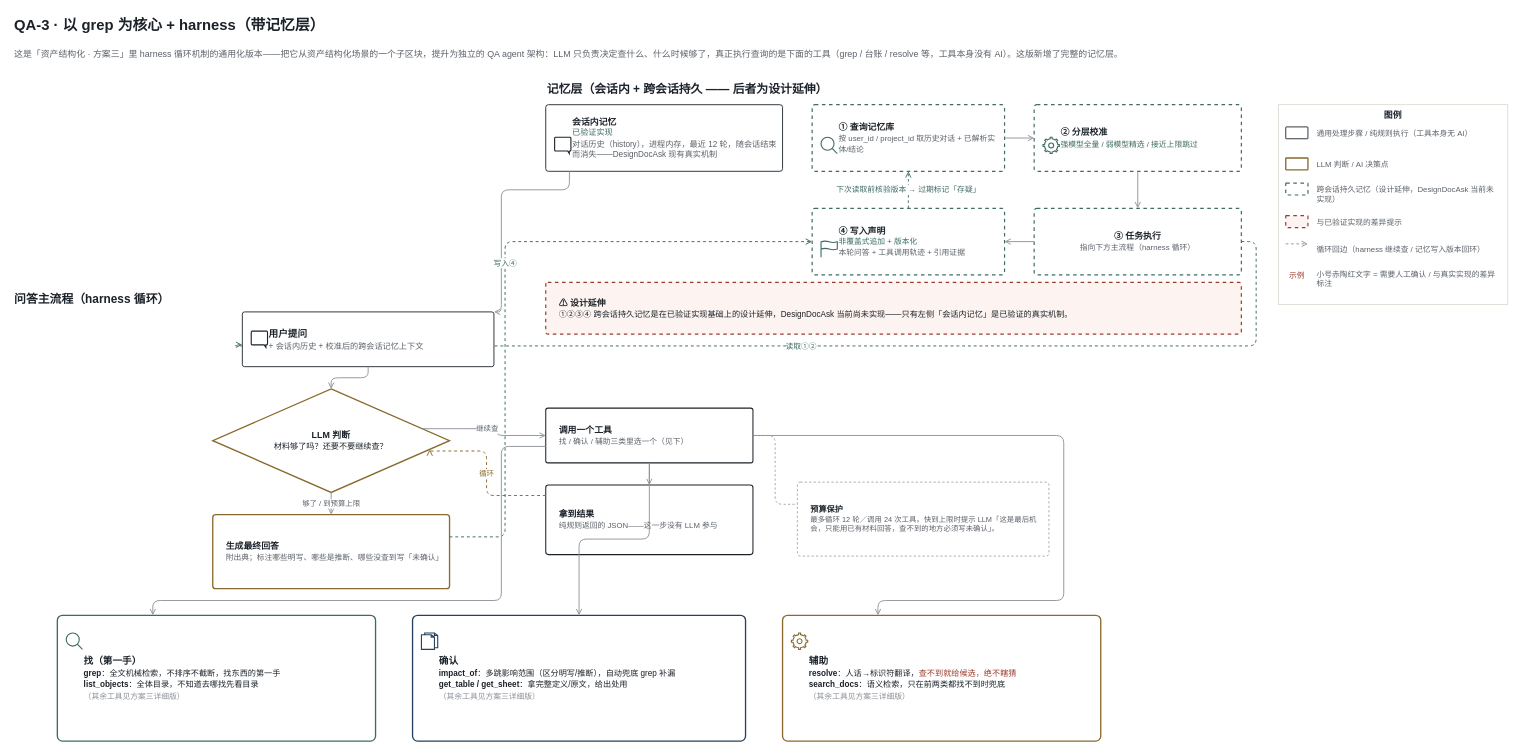
Before: docs/public/diagrams/qa-03-grep-harness.drawio in tiand23/AICompass, a draw.io diagram. Source tidied: cells renumbered, new cells numbered last; positions are measured from the earlier drawing's top-left corner, leaving out a move shared by most shapes. Both pictures are drawn from the tidied source at 74%, with x=0, y=0 at pixel (13, 13).
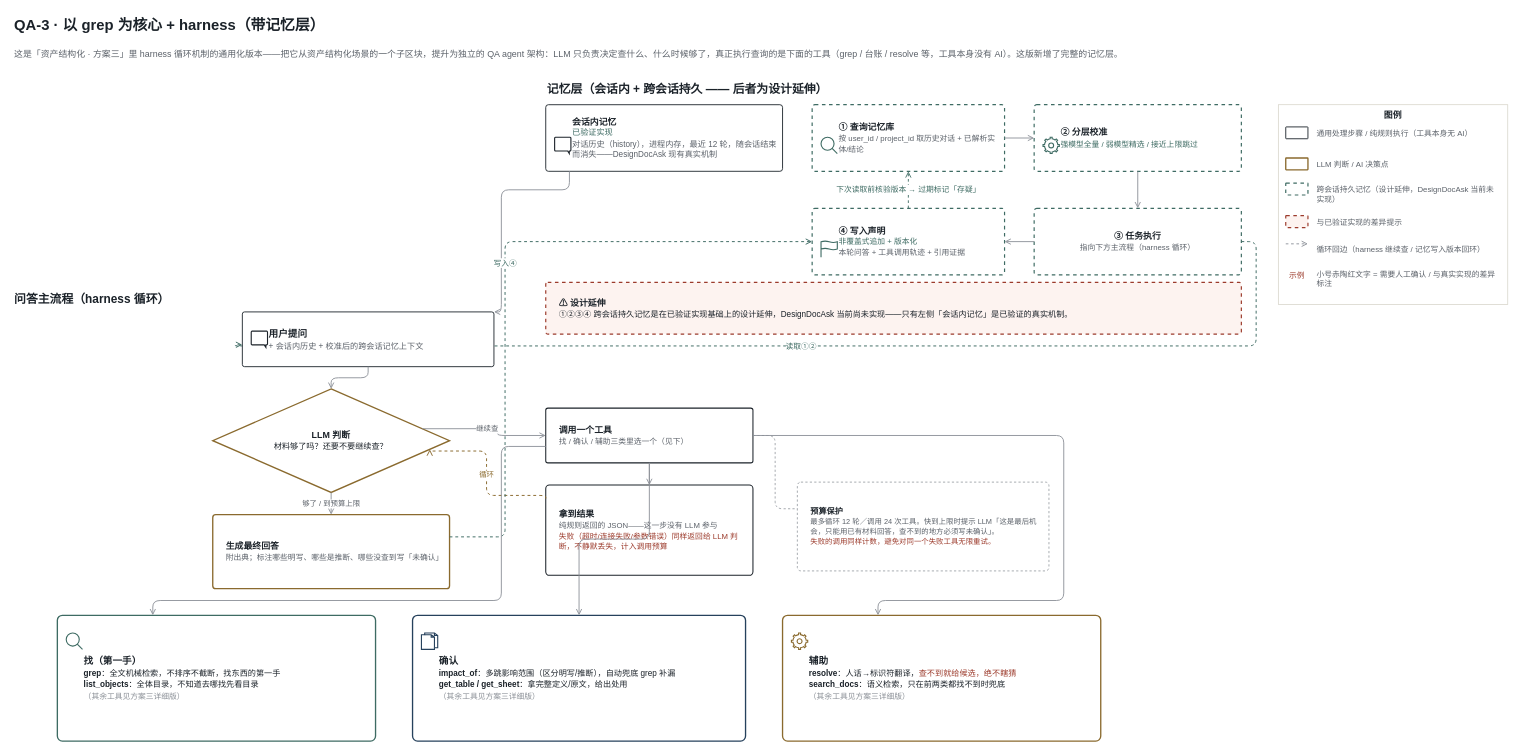
The same diagram, later.

Change to the diagram source:
```diff
@@
-    <mxCell id="28" value="&lt;b&gt;拿到结果&lt;/b&gt;&lt;br&gt;&lt;font style=&quot;font-size:10.5px&quot; color=#5B6169&gt;纯规则返回的 JSON——这一步没有 LLM 参与&lt;/font&gt;" style="rounded=1;arcSize=4;whiteSpace=wrap;html=1;fillColor=#FFFFFF;strokeColor=#1B2229;strokeWidth=1.4;align=left;verticalAlign=middle;spacingLeft=16;fontSize=12;fontColor=#1B2229;fontFamily=Helvetica;" parent="1" vertex="1">
-      <mxGeometry x="720" y="638" width="280" height="94" as="geometry" />
+    <mxCell id="28" value="&lt;b&gt;拿到结果&lt;/b&gt;&lt;br&gt;&lt;font style=&quot;font-size:10.5px&quot; color=#5B6169&gt;纯规则返回的 JSON——这一步没有 LLM 参与&lt;/font&gt;&lt;br&gt;&lt;font style=&quot;font-size:10.5px&quot; color=#9C3B2C&gt;失败（超时/连接失败/参数错误）同样返回给 LLM 判断，不静默丢失，计入调用预算&lt;/font&gt;" style="rounded=1;arcSize=4;whiteSpace=wrap;html=1;fillColor=#FFFFFF;strokeColor=#1B2229;strokeWidth=1.4;align=left;verticalAlign=middle;spacingLeft=16;fontSize=12;fontColor=#1B2229;fontFamily=Helvetica;" parent="1" vertex="1">
+      <mxGeometry x="720" y="638" width="280" height="122" as="geometry" />
     </mxCell>
@@
-    <mxCell id="33" value="&lt;b&gt;预算保护&lt;/b&gt;&lt;br&gt;&lt;font style=&quot;font-size:10px&quot; color=#5B6169&gt;最多循环 12 轮／调用 24 次工具。快到上限时提示 LLM「这是最后机会，只能用已有材料回答，查不到的地方必须写未确认」。&lt;/font&gt;" style="rounded=1;arcSize=4;dashed=1;whiteSpace=wrap;html=1;fillColor=#FFFFFF;strokeColor=#8A8F96;strokeWidth=1;align=left;verticalAlign=middle;spacingLeft=16;fontSize=11;fontColor=#1B2229;fontFamily=Helvetica;" parent="1" vertex="1">
-      <mxGeometry x="1060" y="634" width="340" height="100" as="geometry" />
+    <mxCell id="33" value="&lt;b&gt;预算保护&lt;/b&gt;&lt;br&gt;&lt;font style=&quot;font-size:10px&quot; color=#5B6169&gt;最多循环 12 轮／调用 24 次工具。快到上限时提示 LLM「这是最后机会，只能用已有材料回答，查不到的地方必须写未确认」。&lt;/font&gt;&lt;br&gt;&lt;font style=&quot;font-size:10px&quot; color=#9C3B2C&gt;失败的调用同样计数，避免对同一个失败工具无限重试。&lt;/font&gt;" style="rounded=1;arcSize=4;dashed=1;whiteSpace=wrap;html=1;fillColor=#FFFFFF;strokeColor=#8A8F96;strokeWidth=1;align=left;verticalAlign=middle;spacingLeft=16;fontSize=11;fontColor=#1B2229;fontFamily=Helvetica;" parent="1" vertex="1">
+      <mxGeometry x="1060" y="634" width="340" height="120" as="geometry" />
     </mxCell>
```
